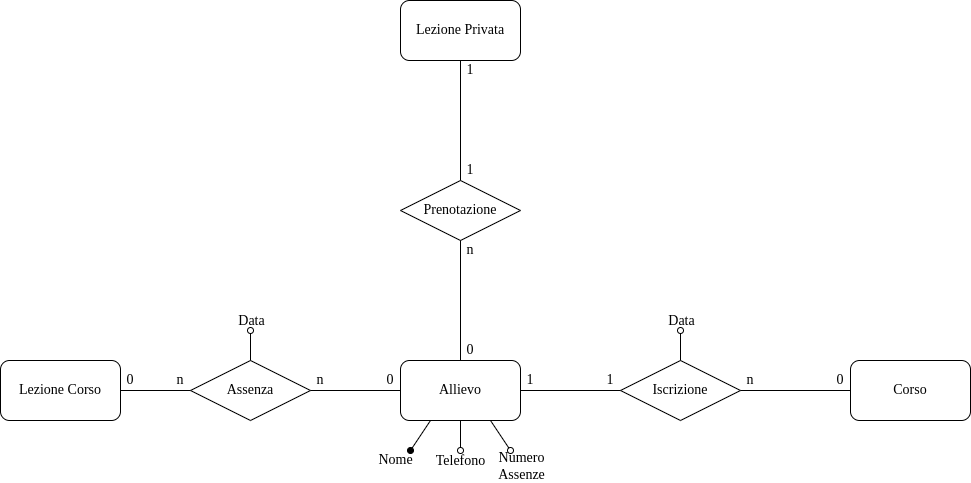
Before: doc/Foto_Documentazione/Allievo.png, a diagram exported from draw.io (SimoneNicosanti/DataBase_Project). Source tidied: cells renumbered, new cells last; positions are measured from the earlier drawing's top-left corner, leaving out a move shared by most shapes.
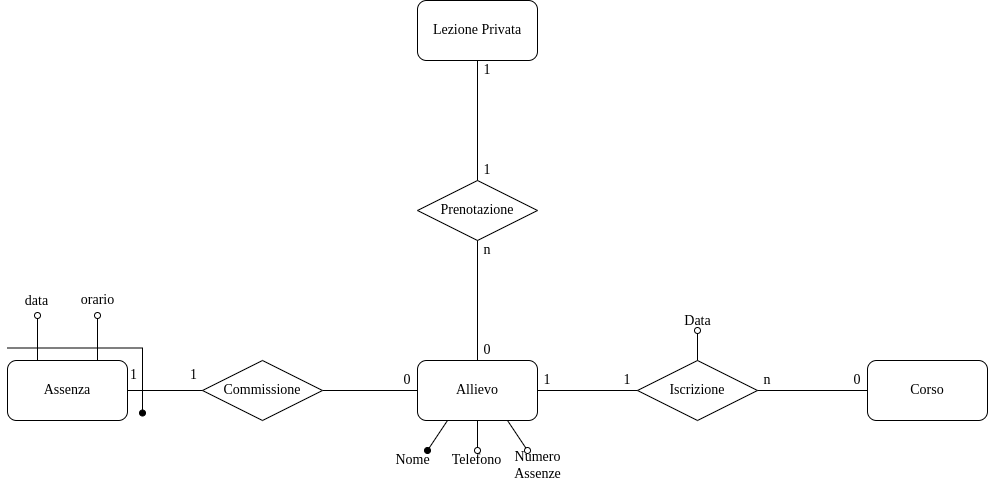
After the change.

Diff of the diagram source:
```diff
@@ -2,9 +2,6 @@
   <root>
     <mxCell id="0" />
     <mxCell id="1" parent="0" />
-    <mxCell id="2" value="Lezione Corso" style="rounded=1;whiteSpace=wrap;html=1;fontFamily=Times New Roman;fontSize=14;fillColor=default;" parent="1" vertex="1">
-      <mxGeometry y="360" width="120" height="60" as="geometry" />
-    </mxCell>
     <mxCell id="3" value="Allievo" style="rounded=1;whiteSpace=wrap;html=1;fontFamily=Times New Roman;fontSize=14;fillColor=default;" parent="1" vertex="1">
       <mxGeometry x="400" y="360" width="120" height="60" as="geometry" />
     </mxCell>
@@ -17,16 +14,10 @@
     <mxCell id="6" value="Prenotazione" style="rhombus;whiteSpace=wrap;html=1;fontFamily=Times New Roman;fontSize=14;fillColor=default;" parent="1" vertex="1">
       <mxGeometry x="400" y="180" width="120" height="60" as="geometry" />
     </mxCell>
-    <mxCell id="7" value="Assenza" style="rhombus;whiteSpace=wrap;html=1;fontFamily=Times New Roman;fontSize=14;fillColor=default;" parent="1" vertex="1">
-      <mxGeometry x="190" y="360" width="120" height="60" as="geometry" />
-    </mxCell>
     <mxCell id="8" value="Iscrizione" style="rhombus;whiteSpace=wrap;html=1;fontFamily=Times New Roman;fontSize=14;fillColor=default;" parent="1" vertex="1">
       <mxGeometry x="620" y="360" width="120" height="60" as="geometry" />
     </mxCell>
-    <mxCell id="9" style="endArrow=none;html=1;fontFamily=Times New Roman;fontSize=14;fillColor=#000000;exitX=1;exitY=0.5;exitDx=0;exitDy=0;entryX=0;entryY=0.5;entryDx=0;entryDy=0;" parent="1" edge="1" source="2" target="7">
-      <mxGeometry relative="1" as="geometry" />
-    </mxCell>
-    <mxCell id="10" style="endArrow=none;html=1;fontFamily=Times New Roman;fontSize=14;fillColor=#000000;exitX=1;exitY=0.5;exitDx=0;exitDy=0;entryX=0;entryY=0.5;entryDx=0;entryDy=0;" parent="1" edge="1" source="7" target="3">
+    <mxCell id="10" style="endArrow=none;html=1;fontFamily=Times New Roman;fontSize=14;fillColor=#000000;exitX=1;exitY=0.5;exitDx=0;exitDy=0;entryX=0;entryY=0.5;entryDx=0;entryDy=0;" parent="1" edge="1" source="37" target="3">
       <mxGeometry relative="1" as="geometry" />
     </mxCell>
     <mxCell id="11" style="endArrow=none;html=1;fontFamily=Times New Roman;fontSize=14;fillColor=#000000;exitX=0.5;exitY=0;exitDx=0;exitDy=0;entryX=0.5;entryY=1;entryDx=0;entryDy=0;" parent="1" edge="1" source="3" target="6">
@@ -41,16 +32,6 @@
     <mxCell id="14" style="endArrow=none;html=1;fontFamily=Times New Roman;fontSize=14;fillColor=#000000;entryX=0;entryY=0.5;entryDx=0;entryDy=0;exitX=1;exitY=0.5;exitDx=0;exitDy=0;" parent="1" edge="1" source="8" target="5">
       <mxGeometry relative="1" as="geometry" />
     </mxCell>
-    <mxCell id="15" style="endArrow=oval;html=1;fontFamily=Times New Roman;fontSize=14;strokeColor=default;fillColor=#000000;exitX=0.5;exitY=0;exitDx=0;exitDy=0;endFill=0;" parent="1" edge="1" source="7">
-      <mxGeometry relative="1" as="geometry">
-        <mxPoint x="250" y="330" as="targetPoint" />
-      </mxGeometry>
-    </mxCell>
-    <mxCell id="16" value="Data" style="edgeLabel;html=1;align=center;verticalAlign=middle;fontSize=14;fontFamily=Times New Roman;labelBackgroundColor=none;" parent="15" vertex="1">
-      <mxGeometry x="0.51" relative="1" as="geometry">
-        <mxPoint y="-17" as="offset" />
-      </mxGeometry>
-    </mxCell>
     <mxCell id="17" style="endArrow=oval;html=1;fontFamily=Times New Roman;fontSize=14;strokeColor=default;fillColor=#000000;exitX=0.5;exitY=0;exitDx=0;exitDy=0;endFill=0;" parent="1" edge="1" source="8">
       <mxGeometry relative="1" as="geometry">
         <mxPoint x="680" y="330" as="targetPoint" />
@@ -91,15 +72,6 @@
         <mxPoint x="17" y="24" as="offset" />
       </mxGeometry>
     </mxCell>
-    <mxCell id="25" value="0" style="text;html=1;strokeColor=none;fillColor=none;align=center;verticalAlign=middle;whiteSpace=wrap;rounded=0;shadow=0;glass=0;labelBackgroundColor=none;fontFamily=Times New Roman;fontSize=14;fontColor=none;" parent="1" vertex="1">
-      <mxGeometry x="120" y="370" width="20" height="20" as="geometry" />
-    </mxCell>
-    <mxCell id="26" value="n" style="text;html=1;strokeColor=none;fillColor=none;align=center;verticalAlign=middle;whiteSpace=wrap;rounded=0;shadow=0;glass=0;labelBackgroundColor=none;fontFamily=Times New Roman;fontSize=14;fontColor=none;" parent="1" vertex="1">
-      <mxGeometry x="170" y="370" width="20" height="20" as="geometry" />
-    </mxCell>
-    <mxCell id="27" value="n" style="text;html=1;strokeColor=none;fillColor=none;align=center;verticalAlign=middle;whiteSpace=wrap;rounded=0;shadow=0;glass=0;labelBackgroundColor=none;fontFamily=Times New Roman;fontSize=14;fontColor=none;" parent="1" vertex="1">
-      <mxGeometry x="310" y="370" width="20" height="20" as="geometry" />
-    </mxCell>
     <mxCell id="28" value="0" style="text;html=1;strokeColor=none;fillColor=none;align=center;verticalAlign=middle;whiteSpace=wrap;rounded=0;shadow=0;glass=0;labelBackgroundColor=none;fontFamily=Times New Roman;fontSize=14;fontColor=none;" parent="1" vertex="1">
       <mxGeometry x="380" y="370" width="20" height="20" as="geometry" />
     </mxCell>
@@ -127,5 +99,50 @@
     <mxCell id="36" value="n" style="text;html=1;strokeColor=none;fillColor=none;align=center;verticalAlign=middle;whiteSpace=wrap;rounded=0;shadow=0;glass=0;labelBackgroundColor=none;fontFamily=Times New Roman;fontSize=14;fontColor=none;" parent="1" vertex="1">
       <mxGeometry x="460" y="240" width="20" height="20" as="geometry" />
     </mxCell>
+    <mxCell id="37" value="Commissione" style="rhombus;whiteSpace=wrap;html=1;fontFamily=Times New Roman;fontSize=14;fillColor=default;" parent="1" vertex="1">
+      <mxGeometry x="185" y="360" width="120" height="60" as="geometry" />
+    </mxCell>
+    <mxCell id="7" value="Assenza" style="rounded=1;whiteSpace=wrap;html=1;fontSize=14;fontFamily=Times New Roman;" parent="1" vertex="1">
+      <mxGeometry x="-10" y="360" width="120" height="60" as="geometry" />
+    </mxCell>
+    <mxCell id="38" style="endArrow=none;html=1;rounded=0;exitX=1;exitY=0.5;exitDx=0;exitDy=0;entryX=0;entryY=0.5;entryDx=0;entryDy=0;" parent="1" edge="1" source="7" target="37">
+      <mxGeometry relative="1" as="geometry" />
+    </mxCell>
+    <mxCell id="39" value="1" style="edgeLabel;html=1;align=center;verticalAlign=middle;fontSize=14;fontFamily=Times New Roman;fontColor=default;labelBackgroundColor=none;" parent="38" vertex="1">
+      <mxGeometry x="-0.85" relative="1" as="geometry">
+        <mxPoint y="-15" as="offset" />
+      </mxGeometry>
+    </mxCell>
+    <mxCell id="40" value="1" style="edgeLabel;html=1;align=center;verticalAlign=middle;fontSize=14;fontFamily=Times New Roman;fontColor=default;labelBackgroundColor=none;" parent="38" vertex="1">
+      <mxGeometry x="0.75" y="1" relative="1" as="geometry">
+        <mxPoint y="-14" as="offset" />
+      </mxGeometry>
+    </mxCell>
+    <mxCell id="41" style="endArrow=oval;html=1;rounded=0;fontFamily=Times New Roman;fontSize=14;exitX=0.25;exitY=0;exitDx=0;exitDy=0;endFill=0;" parent="1" edge="1" source="7">
+      <mxGeometry relative="1" as="geometry">
+        <mxPoint x="20" y="315" as="targetPoint" />
+      </mxGeometry>
+    </mxCell>
+    <mxCell id="42" value="data" style="edgeLabel;html=1;align=center;verticalAlign=middle;fontSize=14;fontFamily=Times New Roman;fontColor=default;labelBackgroundColor=none;" parent="41" vertex="1">
+      <mxGeometry x="0.4" y="1" relative="1" as="geometry">
+        <mxPoint y="-28" as="offset" />
+      </mxGeometry>
+    </mxCell>
+    <mxCell id="43" style="endArrow=oval;html=1;rounded=0;fontFamily=Times New Roman;fontSize=14;endFill=0;exitX=0.75;exitY=0;exitDx=0;exitDy=0;" parent="1" edge="1" source="7">
+      <mxGeometry relative="1" as="geometry">
+        <mxPoint x="80" y="315" as="targetPoint" />
+      </mxGeometry>
+    </mxCell>
+    <mxCell id="44" value="orario" style="edgeLabel;html=1;align=center;verticalAlign=middle;fontSize=14;fontFamily=Times New Roman;fontColor=default;labelBackgroundColor=none;" parent="43" vertex="1">
+      <mxGeometry x="0.29" y="-1" relative="1" as="geometry">
+        <mxPoint x="-1" y="-31" as="offset" />
+      </mxGeometry>
+    </mxCell>
+    <mxCell id="45" style="endArrow=oval;html=1;rounded=0;fontFamily=Times New Roman;fontSize=14;fontColor=default;edgeStyle=orthogonalEdgeStyle;endFill=1;" parent="1" edge="1">
+      <mxGeometry relative="1" as="geometry">
+        <mxPoint x="-10" y="347.5" as="sourcePoint" />
+        <mxPoint x="125" y="412.5" as="targetPoint" />
+      </mxGeometry>
+    </mxCell>
   </root>
 </mxGraphModel>
```
